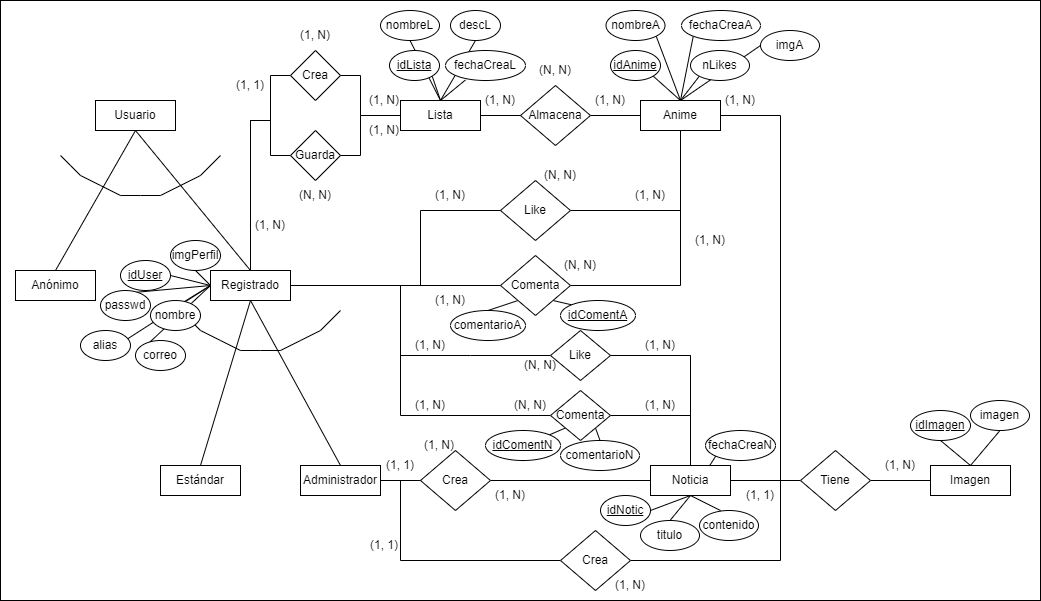
raulfarce01/yumeanime keeps this draw.io diagram as EditarER.png. Above is the earlier version. Source tidied: cells renumbered, new cells last; positions are measured from the earlier drawing's top-left corner, leaving out a move shared by most shapes.
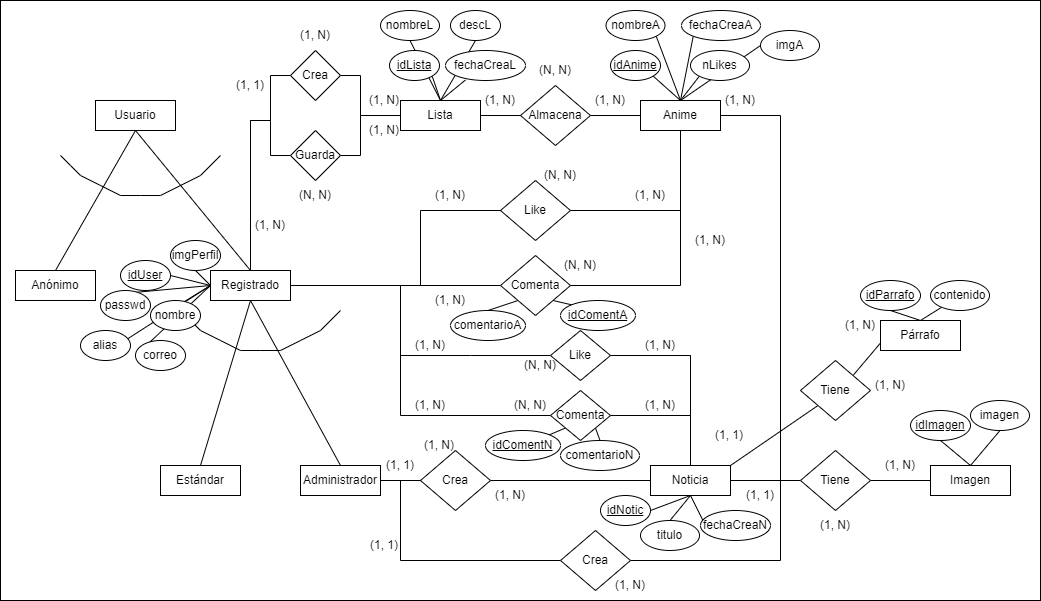
The same file after the commit.

Diff of the diagram source:
```diff
@@ -198,15 +198,15 @@
     <mxCell id="42" style="edgeStyle=none;rounded=0;jettySize=auto;html=1;exitX=0.5;exitY=1;exitDx=0;exitDy=0;entryX=0.5;entryY=0;entryDx=0;entryDy=0;endArrow=none;endFill=0;strokeColor=default;" parent="1" edge="1" source="46" target="112">
       <mxGeometry relative="1" as="geometry" />
     </mxCell>
-    <mxCell id="43" style="edgeStyle=none;rounded=0;jettySize=auto;html=1;exitX=0.5;exitY=1;exitDx=0;exitDy=0;entryX=0.359;entryY=0.004;entryDx=0;entryDy=0;entryPerimeter=0;endArrow=none;endFill=0;strokeColor=default;" parent="1" edge="1" source="46" target="113">
-      <mxGeometry relative="1" as="geometry" />
-    </mxCell>
     <mxCell id="44" style="edgeStyle=none;rounded=0;jettySize=auto;html=1;exitX=0.5;exitY=1;exitDx=0;exitDy=0;entryX=0;entryY=1;entryDx=0;entryDy=0;endArrow=none;endFill=0;strokeColor=default;" parent="1" edge="1" source="46" target="114">
       <mxGeometry relative="1" as="geometry" />
     </mxCell>
     <mxCell id="45" style="edgeStyle=orthogonalEdgeStyle;rounded=0;jettySize=auto;html=1;exitX=1;exitY=0.5;exitDx=0;exitDy=0;endArrow=none;endFill=0;" parent="1" edge="1" source="46" target="120">
       <mxGeometry relative="1" as="geometry" />
     </mxCell>
+    <mxCell id="128" style="rounded=0;jettySize=auto;html=1;exitX=1;exitY=0;exitDx=0;exitDy=0;entryX=0;entryY=1;entryDx=0;entryDy=0;endArrow=none;endFill=0;" parent="1" edge="1" source="46" target="133">
+      <mxGeometry relative="1" as="geometry" />
+    </mxCell>
     <mxCell id="46" value="Noticia" style="rounded=0;whiteSpace=wrap;html=1;" parent="1" vertex="1">
       <mxGeometry x="650" y="465" width="80" height="30" as="geometry" />
     </mxCell>
@@ -446,11 +446,8 @@
     <mxCell id="112" value="titulo" style="ellipse;whiteSpace=wrap;html=1;" parent="1" vertex="1">
       <mxGeometry x="640" y="520" width="59" height="30" as="geometry" />
     </mxCell>
-    <mxCell id="113" value="contenido" style="ellipse;whiteSpace=wrap;html=1;" parent="1" vertex="1">
-      <mxGeometry x="699" y="510" width="59" height="30" as="geometry" />
-    </mxCell>
     <mxCell id="114" value="fechaCreaN" style="ellipse;whiteSpace=wrap;html=1;" parent="1" vertex="1">
-      <mxGeometry x="705" y="430" width="70" height="30" as="geometry" />
+      <mxGeometry x="700" y="510" width="70" height="30" as="geometry" />
     </mxCell>
     <mxCell id="115" value="comentarioA" style="ellipse;whiteSpace=wrap;html=1;" parent="1" vertex="1">
       <mxGeometry x="450" y="310" width="75" height="30" as="geometry" />
@@ -491,5 +488,38 @@
     <mxCell id="127" value="imagen" style="ellipse;whiteSpace=wrap;html=1;" parent="1" vertex="1">
       <mxGeometry x="970" y="400" width="59" height="30" as="geometry" />
     </mxCell>
+    <mxCell id="129" style="edgeStyle=none;rounded=0;jettySize=auto;html=1;exitX=0.5;exitY=0;exitDx=0;exitDy=0;entryX=0.5;entryY=1;entryDx=0;entryDy=0;endArrow=none;endFill=0;" parent="1" edge="1" source="131" target="138">
+      <mxGeometry relative="1" as="geometry" />
+    </mxCell>
+    <mxCell id="130" style="edgeStyle=none;rounded=0;jettySize=auto;html=1;exitX=0.5;exitY=0;exitDx=0;exitDy=0;endArrow=none;endFill=0;" parent="1" edge="1" source="131" target="113">
+      <mxGeometry relative="1" as="geometry" />
+    </mxCell>
+    <mxCell id="131" value="Párrafo" style="rounded=0;whiteSpace=wrap;html=1;" parent="1" vertex="1">
+      <mxGeometry x="880" y="320" width="80" height="30" as="geometry" />
+    </mxCell>
+    <mxCell id="132" style="edgeStyle=none;rounded=0;jettySize=auto;html=1;exitX=1;exitY=0;exitDx=0;exitDy=0;entryX=0;entryY=0.75;entryDx=0;entryDy=0;endArrow=none;endFill=0;" parent="1" edge="1" source="133" target="131">
+      <mxGeometry relative="1" as="geometry" />
+    </mxCell>
+    <mxCell id="133" value="Tiene" style="rhombus;whiteSpace=wrap;html=1;" parent="1" vertex="1">
+      <mxGeometry x="800" y="360" width="70" height="60" as="geometry" />
+    </mxCell>
+    <mxCell id="134" value="(1, N)" style="text;html=1;strokeColor=none;fillColor=none;align=center;verticalAlign=middle;whiteSpace=wrap;rounded=0;" parent="1" vertex="1">
+      <mxGeometry x="830" y="310" width="60" height="30" as="geometry" />
+    </mxCell>
+    <mxCell id="135" value="(1, 1)" style="text;html=1;strokeColor=none;fillColor=none;align=center;verticalAlign=middle;whiteSpace=wrap;rounded=0;" parent="1" vertex="1">
+      <mxGeometry x="699" y="420" width="60" height="30" as="geometry" />
+    </mxCell>
+    <mxCell id="136" value="(1, N)" style="text;html=1;strokeColor=none;fillColor=none;align=center;verticalAlign=middle;whiteSpace=wrap;rounded=0;" parent="1" vertex="1">
+      <mxGeometry x="805" y="510" width="60" height="30" as="geometry" />
+    </mxCell>
+    <mxCell id="137" value="(1, N)" style="text;html=1;strokeColor=none;fillColor=none;align=center;verticalAlign=middle;whiteSpace=wrap;rounded=0;" parent="1" vertex="1">
+      <mxGeometry x="860" y="370" width="60" height="30" as="geometry" />
+    </mxCell>
+    <mxCell id="138" value="&lt;u&gt;idParrafo&lt;/u&gt;" style="ellipse;whiteSpace=wrap;html=1;" parent="1" vertex="1">
+      <mxGeometry x="860" y="280" width="60" height="30" as="geometry" />
+    </mxCell>
+    <mxCell id="113" value="contenido" style="ellipse;whiteSpace=wrap;html=1;" parent="1" vertex="1">
+      <mxGeometry x="930" y="280" width="59" height="30" as="geometry" />
+    </mxCell>
   </root>
 </mxGraphModel>
```
